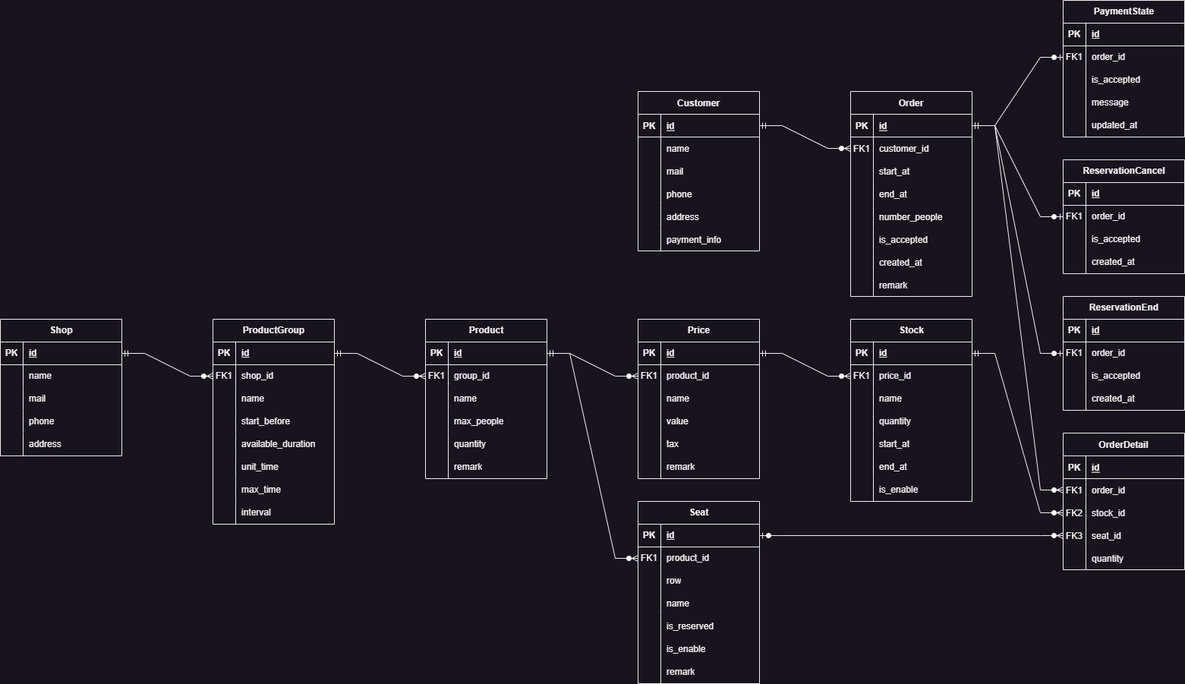
Before: .hugo/content/APIServer/ER.png, a diagram exported from draw.io (omusobadon/chukan-html). Source tidied: cells renumbered, new cells last; positions are measured from the earlier drawing's top-left corner, leaving out a move shared by most shapes.
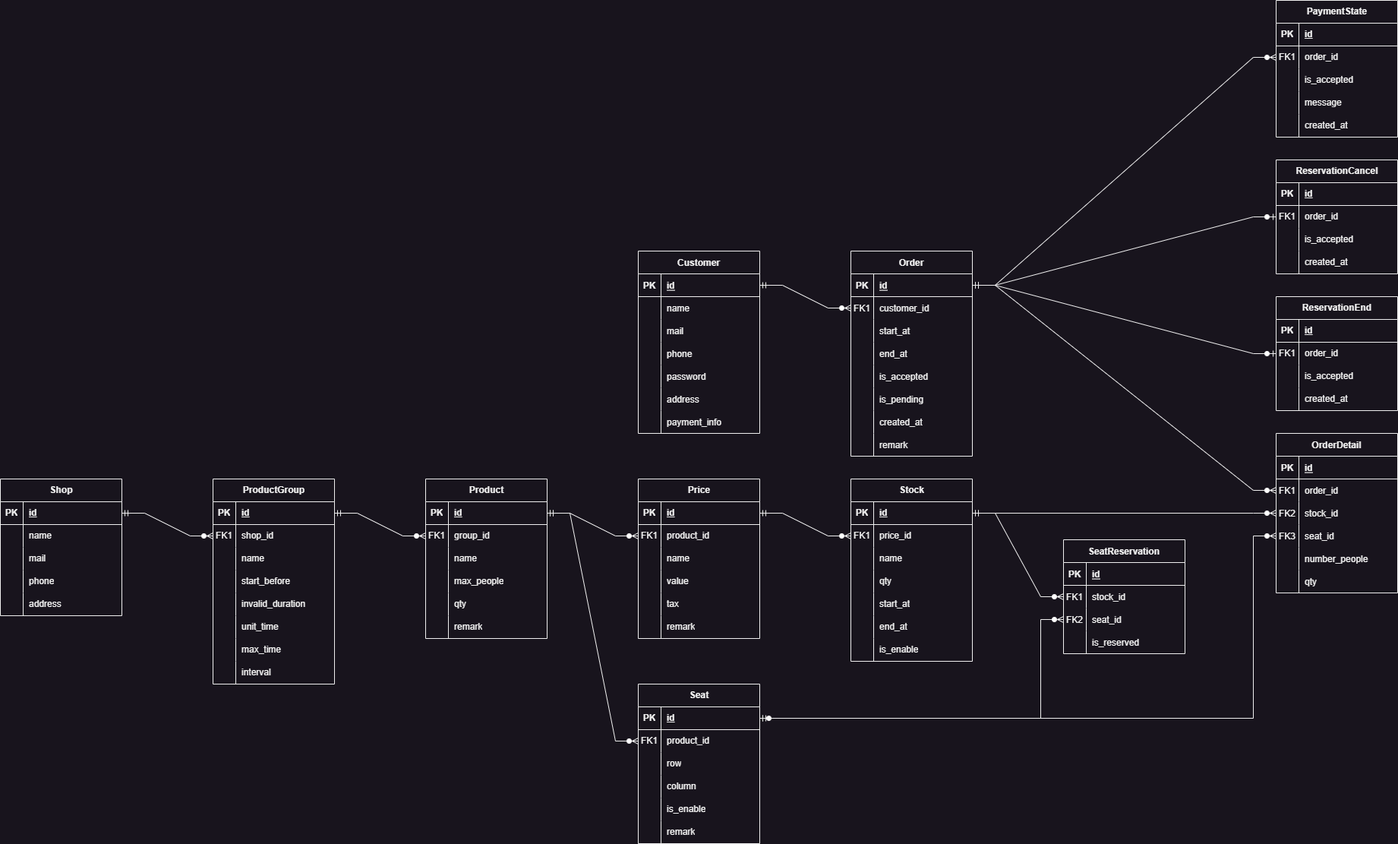
After the change.

What changed in the source:
```diff
@@ -43,13 +43,4 @@
     </mxCell>
-    <mxCell id="15" style="shape=partialRectangle;fillColor=none;top=0;left=0;right=0;bottom=0;" parent="2" vertex="1">
-      <mxGeometry y="150" width="160" height="30" as="geometry" />
-    </mxCell>
-    <mxCell id="16" style="shape=partialRectangle;overflow=hidden;fillColor=none;top=0;left=0;bottom=0;right=0;" parent="15" vertex="1">
-      <mxGeometry width="30" height="30" as="geometry" />
-    </mxCell>
-    <mxCell id="17" value="number_people" style="shape=partialRectangle;overflow=hidden;fillColor=none;top=0;left=0;bottom=0;right=0;align=left;spacingLeft=6;" parent="15" vertex="1">
-      <mxGeometry x="30" width="130" height="30" as="geometry" />
-    </mxCell>
     <mxCell id="18" style="shape=partialRectangle;fillColor=none;top=0;left=0;right=0;bottom=0;" parent="2" vertex="1">
-      <mxGeometry y="180" width="160" height="30" as="geometry" />
+      <mxGeometry y="150" width="160" height="30" as="geometry" />
     </mxCell>
@@ -61,2 +52,11 @@
     </mxCell>
+    <mxCell id="239" style="shape=partialRectangle;fillColor=none;top=0;left=0;right=0;bottom=0;" parent="2" vertex="1">
+      <mxGeometry y="180" width="160" height="30" as="geometry" />
+    </mxCell>
+    <mxCell id="240" style="shape=partialRectangle;overflow=hidden;fillColor=none;top=0;left=0;bottom=0;right=0;" parent="239" vertex="1">
+      <mxGeometry width="30" height="30" as="geometry" />
+    </mxCell>
+    <mxCell id="241" value="is_pending" style="shape=partialRectangle;overflow=hidden;fillColor=none;top=0;left=0;bottom=0;right=0;align=left;spacingLeft=6;" parent="239" vertex="1">
+      <mxGeometry x="30" width="130" height="30" as="geometry" />
+    </mxCell>
     <mxCell id="21" style="shape=partialRectangle;fillColor=none;top=0;left=0;right=0;bottom=0;" parent="2" vertex="1">
@@ -80,3 +80,3 @@
     <mxCell id="27" value="Customer" style="shape=table;startSize=30;rowLines=0;fontStyle=1;align=center;" parent="1" vertex="1">
-      <mxGeometry x="840" y="120" width="160" height="210" as="geometry" />
+      <mxGeometry x="840" y="120" width="160" height="240" as="geometry" />
     </mxCell>
@@ -118,4 +118,13 @@
     </mxCell>
+    <mxCell id="242" style="shape=partialRectangle;fillColor=none;top=0;left=0;right=0;bottom=0;" parent="27" vertex="1">
+      <mxGeometry y="150" width="160" height="30" as="geometry" />
+    </mxCell>
+    <mxCell id="243" style="shape=partialRectangle;overflow=hidden;fillColor=none;top=0;left=0;bottom=0;right=0;" parent="242" vertex="1">
+      <mxGeometry width="30" height="30" as="geometry" />
+    </mxCell>
+    <mxCell id="244" value="password" style="shape=partialRectangle;overflow=hidden;fillColor=none;top=0;left=0;bottom=0;right=0;align=left;spacingLeft=6;" parent="242" vertex="1">
+      <mxGeometry x="30" width="130" height="30" as="geometry" />
+    </mxCell>
     <mxCell id="40" style="shape=partialRectangle;fillColor=none;top=0;left=0;right=0;bottom=0;" parent="27" vertex="1">
-      <mxGeometry y="150" width="160" height="30" as="geometry" />
+      <mxGeometry y="180" width="160" height="30" as="geometry" />
     </mxCell>
@@ -128,3 +137,3 @@
     <mxCell id="43" style="shape=partialRectangle;fillColor=none;top=0;left=0;right=0;bottom=0;" parent="27" vertex="1">
-      <mxGeometry y="180" width="160" height="30" as="geometry" />
+      <mxGeometry y="210" width="160" height="30" as="geometry" />
     </mxCell>
@@ -181,3 +190,3 @@
     </mxCell>
-    <mxCell id="61" value="quantity" style="shape=partialRectangle;fillColor=none;top=0;left=0;bottom=0;right=0;align=left;spacingLeft=6;overflow=hidden;whiteSpace=wrap;html=1;" parent="59" vertex="1">
+    <mxCell id="61" value="qty" style="shape=partialRectangle;fillColor=none;top=0;left=0;bottom=0;right=0;align=left;spacingLeft=6;overflow=hidden;whiteSpace=wrap;html=1;" parent="59" vertex="1">
       <mxGeometry x="30" width="130" height="30" as="geometry" />
@@ -238,3 +247,3 @@
     </mxCell>
-    <mxCell id="80" value="available_duration" style="shape=partialRectangle;fillColor=none;top=0;left=0;bottom=0;right=0;align=left;spacingLeft=6;overflow=hidden;whiteSpace=wrap;html=1;" parent="78" vertex="1">
+    <mxCell id="80" value="invalid_duration" style="shape=partialRectangle;fillColor=none;top=0;left=0;bottom=0;right=0;align=left;spacingLeft=6;overflow=hidden;whiteSpace=wrap;html=1;" parent="78" vertex="1">
       <mxGeometry x="30" width="130" height="30" as="geometry" />
@@ -269,3 +278,3 @@
     <mxCell id="90" value="Seat" style="shape=table;startSize=30;rowLines=0;fontStyle=1;align=center;html=1;" parent="1" vertex="1">
-      <mxGeometry x="840" y="660" width="160" height="240" as="geometry" />
+      <mxGeometry x="840" y="690" width="160" height="210" as="geometry" />
     </mxCell>
@@ -304,16 +313,7 @@
     </mxCell>
-    <mxCell id="102" value="name" style="shape=partialRectangle;fillColor=none;top=0;left=0;bottom=0;right=0;align=left;spacingLeft=6;overflow=hidden;whiteSpace=wrap;html=1;" parent="100" vertex="1">
+    <mxCell id="102" value="column" style="shape=partialRectangle;fillColor=none;top=0;left=0;bottom=0;right=0;align=left;spacingLeft=6;overflow=hidden;whiteSpace=wrap;html=1;" parent="100" vertex="1">
       <mxGeometry x="30" width="130" height="30" as="geometry" />
     </mxCell>
-    <mxCell id="103" style="shape=tableRow;horizontal=0;startSize=0;swimlaneHead=0;swimlaneBody=0;fillColor=none;top=0;left=0;right=0;bottom=0;" parent="90" vertex="1">
-      <mxGeometry y="150" width="160" height="30" as="geometry" />
-    </mxCell>
-    <mxCell id="104" style="shape=partialRectangle;fillColor=none;top=0;left=0;bottom=0;right=0;overflow=hidden;whiteSpace=wrap;html=1;" parent="103" vertex="1">
-      <mxGeometry width="30" height="30" as="geometry" />
-    </mxCell>
-    <mxCell id="105" value="is_reserved" style="shape=partialRectangle;fillColor=none;top=0;left=0;bottom=0;right=0;align=left;spacingLeft=6;overflow=hidden;whiteSpace=wrap;html=1;" parent="103" vertex="1">
-      <mxGeometry x="30" width="130" height="30" as="geometry" />
-    </mxCell>
     <mxCell id="106" style="shape=tableRow;horizontal=0;startSize=0;swimlaneHead=0;swimlaneBody=0;fillColor=none;top=0;left=0;right=0;bottom=0;" parent="90" vertex="1">
-      <mxGeometry y="180" width="160" height="30" as="geometry" />
+      <mxGeometry y="150" width="160" height="30" as="geometry" />
     </mxCell>
@@ -326,3 +326,3 @@
     <mxCell id="109" style="shape=tableRow;horizontal=0;startSize=0;swimlaneHead=0;swimlaneBody=0;fillColor=none;top=0;left=0;right=0;bottom=0;" parent="90" vertex="1">
-      <mxGeometry y="210" width="160" height="30" as="geometry" />
+      <mxGeometry y="180" width="160" height="30" as="geometry" />
     </mxCell>
@@ -370,3 +370,3 @@
     </mxCell>
-    <mxCell id="124" value="quantity" style="shape=partialRectangle;fillColor=none;top=0;left=0;bottom=0;right=0;align=left;spacingLeft=6;overflow=hidden;whiteSpace=wrap;html=1;" parent="122" vertex="1">
+    <mxCell id="124" value="qty" style="shape=partialRectangle;fillColor=none;top=0;left=0;bottom=0;right=0;align=left;spacingLeft=6;overflow=hidden;whiteSpace=wrap;html=1;" parent="122" vertex="1">
       <mxGeometry x="30" width="130" height="30" as="geometry" />
@@ -412,4 +412,9 @@
     </mxCell>
-    <mxCell id="138" style="edgeStyle=entityRelationEdgeStyle;fontSize=12;html=1;endArrow=ERzeroToMany;startArrow=ERzeroToOne;rounded=0;exitX=1;exitY=0.5;exitDx=0;exitDy=0;entryX=0;entryY=0.5;entryDx=0;entryDy=0;" parent="1" edge="1" source="91" target="186">
-      <mxGeometry relative="1" as="geometry" />
+    <mxCell id="138" style="edgeStyle=orthogonalEdgeStyle;fontSize=12;html=1;endArrow=ERzeroToMany;startArrow=ERzeroToOne;rounded=0;exitX=1;exitY=0.5;exitDx=0;exitDy=0;entryX=0;entryY=0.5;entryDx=0;entryDy=0;" parent="1" edge="1" source="91" target="186">
+      <mxGeometry relative="1" as="geometry">
+        <Array as="points">
+          <mxPoint x="1650" y="735" />
+          <mxPoint x="1650" y="495" />
+        </Array>
+      </mxGeometry>
     </mxCell>
@@ -473,3 +478,3 @@
     <mxCell id="158" value="PaymentState" style="shape=table;startSize=30;rowLines=0;fontStyle=1;align=center;html=1;" parent="1" vertex="1">
-      <mxGeometry x="1400" width="160" height="180" as="geometry" />
+      <mxGeometry x="1680" y="-210" width="160" height="180" as="geometry" />
     </mxCell>
@@ -517,8 +522,5 @@
     </mxCell>
-    <mxCell id="173" value="updated_at" style="shape=partialRectangle;fillColor=none;top=0;left=0;bottom=0;right=0;align=left;spacingLeft=6;overflow=hidden;whiteSpace=wrap;html=1;" parent="171" vertex="1">
+    <mxCell id="173" value="created_at" style="shape=partialRectangle;fillColor=none;top=0;left=0;bottom=0;right=0;align=left;spacingLeft=6;overflow=hidden;whiteSpace=wrap;html=1;" parent="171" vertex="1">
       <mxGeometry x="30" width="130" height="30" as="geometry" />
     </mxCell>
-    <mxCell id="174" style="edgeStyle=entityRelationEdgeStyle;fontSize=12;html=1;endArrow=ERzeroToOne;startArrow=ERmandOne;rounded=0;exitX=1;exitY=0.5;exitDx=0;exitDy=0;entryX=0;entryY=0.5;entryDx=0;entryDy=0;" parent="1" edge="1" source="3" target="162">
-      <mxGeometry relative="1" as="geometry" />
-    </mxCell>
     <mxCell id="175" style="edgeStyle=entityRelationEdgeStyle;fontSize=12;html=1;endArrow=ERzeroToMany;startArrow=ERmandOne;rounded=0;exitX=1;exitY=0.5;exitDx=0;exitDy=0;entryX=0;entryY=0.5;entryDx=0;entryDy=0;" parent="1" edge="1" source="47" target="143">
@@ -527,3 +529,3 @@
     <mxCell id="176" value="OrderDetail" style="shape=table;startSize=30;rowLines=0;fontStyle=1;align=center;" parent="1" vertex="1">
-      <mxGeometry x="1400" y="570" width="160" height="180" as="geometry" />
+      <mxGeometry x="1680" y="360" width="160" height="210" as="geometry" />
     </mxCell>
@@ -565,4 +567,13 @@
     </mxCell>
+    <mxCell id="245" style="shape=partialRectangle;fillColor=none;top=0;left=0;right=0;bottom=0;" parent="176" vertex="1">
+      <mxGeometry y="150" width="160" height="30" as="geometry" />
+    </mxCell>
+    <mxCell id="246" style="shape=partialRectangle;overflow=hidden;fillColor=none;top=0;left=0;bottom=0;right=0;" parent="245" vertex="1">
+      <mxGeometry width="30" height="30" as="geometry" />
+    </mxCell>
+    <mxCell id="17" value="number_people" style="shape=partialRectangle;overflow=hidden;fillColor=none;top=0;left=0;bottom=0;right=0;align=left;spacingLeft=6;" parent="245" vertex="1">
+      <mxGeometry x="30" width="130" height="30" as="geometry" />
+    </mxCell>
     <mxCell id="189" style="shape=partialRectangle;fillColor=none;top=0;left=0;right=0;bottom=0;" parent="176" vertex="1">
-      <mxGeometry y="150" width="160" height="30" as="geometry" />
+      <mxGeometry y="180" width="160" height="30" as="geometry" />
     </mxCell>
@@ -571,3 +582,3 @@
     </mxCell>
-    <mxCell id="191" value="quantity" style="shape=partialRectangle;overflow=hidden;fillColor=none;top=0;left=0;bottom=0;right=0;align=left;spacingLeft=6;" parent="189" vertex="1">
+    <mxCell id="191" value="qty" style="shape=partialRectangle;overflow=hidden;fillColor=none;top=0;left=0;bottom=0;right=0;align=left;spacingLeft=6;" parent="189" vertex="1">
       <mxGeometry x="30" width="130" height="30" as="geometry" />
@@ -578,3 +589,3 @@
     <mxCell id="193" value="ReservationCancel" style="shape=table;startSize=30;rowLines=0;fontStyle=1;align=center;html=1;" parent="1" vertex="1">
-      <mxGeometry x="1400" y="210" width="160" height="150" as="geometry" />
+      <mxGeometry x="1680" width="160" height="150" as="geometry" />
     </mxCell>
@@ -620,3 +631,3 @@
     <mxCell id="207" value="ReservationEnd" style="shape=table;startSize=30;rowLines=0;fontStyle=1;align=center;html=1;" parent="1" vertex="1">
-      <mxGeometry x="1400" y="390" width="160" height="150" as="geometry" />
+      <mxGeometry x="1680" y="180" width="160" height="150" as="geometry" />
     </mxCell>
@@ -715,2 +726,55 @@
     </mxCell>
+    <mxCell id="174" style="edgeStyle=entityRelationEdgeStyle;fontSize=12;html=1;endArrow=ERzeroToMany;startArrow=ERmandOne;rounded=0;exitX=1;exitY=0.5;exitDx=0;exitDy=0;entryX=0;entryY=0.5;entryDx=0;entryDy=0;" parent="1" edge="1" source="3" target="162">
+      <mxGeometry relative="1" as="geometry" />
+    </mxCell>
+    <mxCell id="247" value="SeatReservation" style="shape=table;startSize=30;rowLines=0;fontStyle=1;align=center;" parent="1" vertex="1">
+      <mxGeometry x="1400" y="500" width="160" height="150" as="geometry" />
+    </mxCell>
+    <mxCell id="248" style="shape=partialRectangle;fillColor=none;top=0;left=0;right=0;bottom=1;" parent="247" vertex="1">
+      <mxGeometry y="30" width="160" height="30" as="geometry" />
+    </mxCell>
+    <mxCell id="249" value="PK" style="shape=partialRectangle;overflow=hidden;fillColor=none;top=0;left=0;bottom=0;right=0;fontStyle=1;" parent="248" vertex="1">
+      <mxGeometry width="30" height="30" as="geometry" />
+    </mxCell>
+    <mxCell id="250" value="id" style="shape=partialRectangle;overflow=hidden;fillColor=none;top=0;left=0;bottom=0;right=0;align=left;spacingLeft=6;fontStyle=5;" parent="248" vertex="1">
+      <mxGeometry x="30" width="130" height="30" as="geometry" />
+    </mxCell>
+    <mxCell id="251" style="shape=partialRectangle;fillColor=none;points=[[0,0.5],[1,0.5]];portConstraint=eastwest;top=0;left=0;right=0;bottom=0;" parent="247" vertex="1">
+      <mxGeometry y="60" width="160" height="30" as="geometry" />
+    </mxCell>
+    <mxCell id="252" value="FK1" style="shape=partialRectangle;overflow=hidden;fillColor=none;top=0;left=0;bottom=0;right=0;" parent="251" vertex="1">
+      <mxGeometry width="30" height="30" as="geometry" />
+    </mxCell>
+    <mxCell id="253" value="stock_id" style="shape=partialRectangle;overflow=hidden;fillColor=none;top=0;left=0;bottom=0;right=0;align=left;spacingLeft=6;" parent="251" vertex="1">
+      <mxGeometry x="30" width="130" height="30" as="geometry" />
+    </mxCell>
+    <mxCell id="254" style="shape=partialRectangle;fillColor=none;points=[[0,0.5],[1,0.5]];portConstraint=eastwest;top=0;left=0;right=0;bottom=0;" parent="247" vertex="1">
+      <mxGeometry y="90" width="160" height="30" as="geometry" />
+    </mxCell>
+    <mxCell id="255" value="FK2" style="shape=partialRectangle;overflow=hidden;fillColor=none;top=0;left=0;bottom=0;right=0;" parent="254" vertex="1">
+      <mxGeometry width="30" height="30" as="geometry" />
+    </mxCell>
+    <mxCell id="256" value="seat_id" style="shape=partialRectangle;overflow=hidden;fillColor=none;top=0;left=0;bottom=0;right=0;align=left;spacingLeft=6;" parent="254" vertex="1">
+      <mxGeometry x="30" width="130" height="30" as="geometry" />
+    </mxCell>
+    <mxCell id="257" style="shape=partialRectangle;fillColor=none;top=0;left=0;right=0;bottom=0;" parent="247" vertex="1">
+      <mxGeometry y="120" width="160" height="30" as="geometry" />
+    </mxCell>
+    <mxCell id="258" style="shape=partialRectangle;overflow=hidden;fillColor=none;top=0;left=0;bottom=0;right=0;" parent="257" vertex="1">
+      <mxGeometry width="30" height="30" as="geometry" />
+    </mxCell>
+    <mxCell id="105" value="is_reserved" style="shape=partialRectangle;overflow=hidden;fillColor=none;top=0;left=0;bottom=0;right=0;align=left;spacingLeft=6;" parent="257" vertex="1">
+      <mxGeometry x="30" width="130" height="30" as="geometry" />
+    </mxCell>
+    <mxCell id="259" style="edgeStyle=entityRelationEdgeStyle;fontSize=12;html=1;endArrow=ERzeroToMany;startArrow=ERmandOne;rounded=0;exitX=1;exitY=0.5;exitDx=0;exitDy=0;entryX=0;entryY=0.5;entryDx=0;entryDy=0;" parent="1" edge="1" source="113" target="251">
+      <mxGeometry relative="1" as="geometry" />
+    </mxCell>
+    <mxCell id="260" style="edgeStyle=orthogonalEdgeStyle;fontSize=12;html=1;endArrow=ERzeroToMany;startArrow=ERmandOne;rounded=0;exitX=1;exitY=0.5;exitDx=0;exitDy=0;entryX=0;entryY=0.5;entryDx=0;entryDy=0;" parent="1" edge="1" source="91" target="254">
+      <mxGeometry relative="1" as="geometry">
+        <Array as="points">
+          <mxPoint x="1370" y="735" />
+          <mxPoint x="1370" y="605" />
+        </Array>
+      </mxGeometry>
+    </mxCell>
   </root>
```
